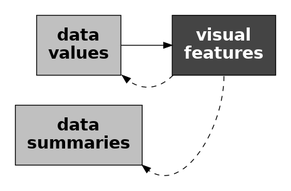
The Graphviz diagram Diagrams/data-vis-stat-decode.png in pmur002/hdvw, before a commit. Its source is kept beside it as Diagrams/data-vis-stat-decode.dot.
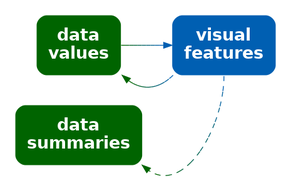
Later version of the same file.

The edit, as a diff of the source:
```diff
@@ -1,12 +1,12 @@
 digraph {
   graph [ rankdir=LR; margin=.2; nodesep=.5 ];
   node [ fontsize=20; fontname="sans bold"; margin=.2 ];
-  data [ label="data\nvalues"; shape=box; style=filled; fillcolor=gray ]
-  stat [ label="data\nsummaries"; shape=box; style=filled; fillcolor=gray ]
+  data [ label="data\nvalues"; shape=box; style="filled, rounded"; penwidth=0; fontcolor=white; fillcolor="#006400" ]
+  stat [ label="data\nsummaries"; shape=box; style="filled, rounded"; penwidth=0; fontcolor=white; fillcolor="#006400" ]
   vis [ label="visual\nfeatures"; shape=box;
-        style=filled; fillcolor="#444444"; fontcolor=white ]
-  data -> vis
-  vis:sw -> data:se [ style="dashed" ]
-  vis:s -> stat:se [ style="dashed" ]
+     style="filled, rounded"; penwidth=0; fontcolor=white; fillcolor="#005FB2" ]
+  data -> vis [ color="#006400;0.1:#006314;0.1:#006328;0.1:#00623B;0.1:#00624F;0.1:#006163;0.1:#006177;0.1:#00608A;0.1:#00609E;0.1:#005FB2;0.1" ]
+  vis:sw -> data:se [ style="dashed", color="#005FB2;0.1:#00609E;0.1:#00608A;0.1:#006177;0.1:#006163;0.1:#00624F;0.1:#00623B;0.1:#006328;0.1:#006314;0.1:#006400;0.1" ]
+  vis:s -> stat:se [ style="dashed", color="#005FB2;0.1:#00609E;0.1:#00608A;0.1:#006177;0.1:#006163;0.1:#00624F;0.1:#00623B;0.1:#006328;0.1:#006314;0.1:#006400;0.1" ]
 { rank=same; data, stat }
 }
```
